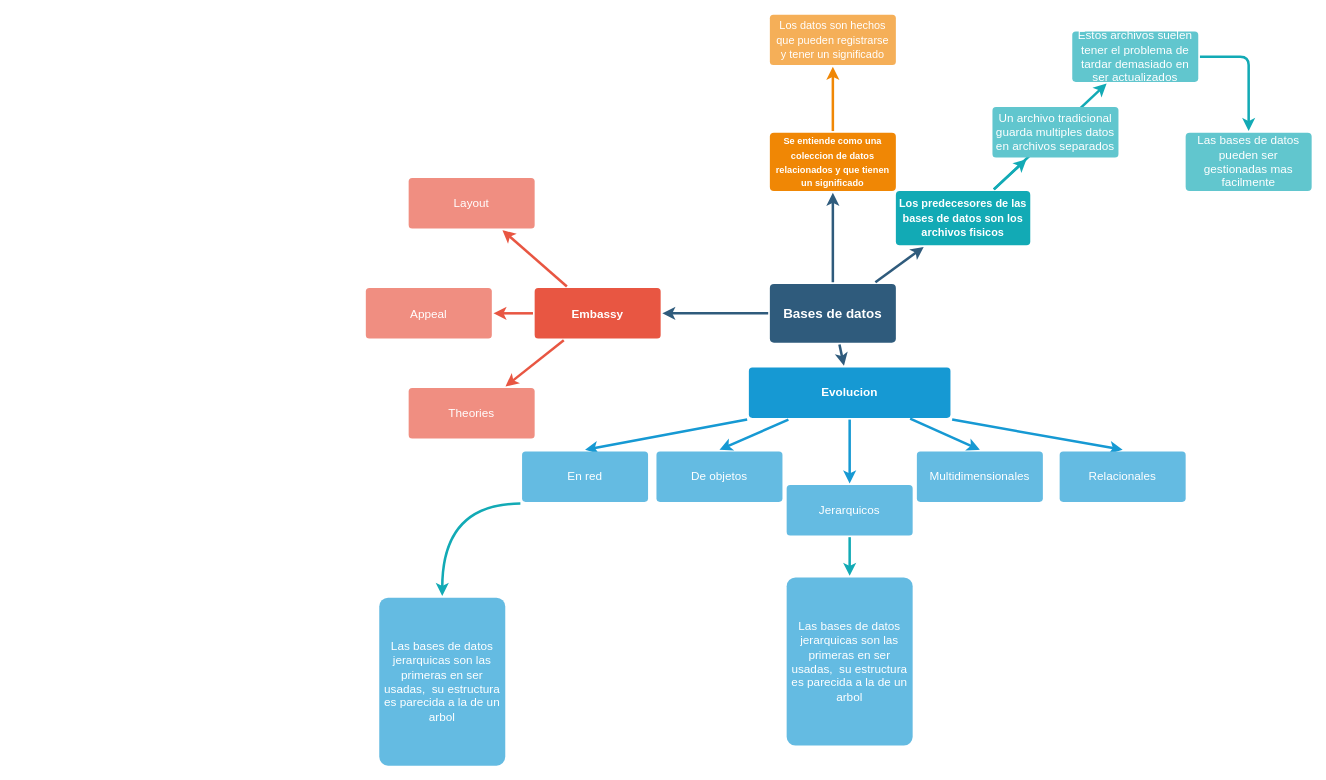
Before: bases de datos/Untitled Diagram.drawio in Krono159/bases-de-datos, a draw.io diagram. Source tidied: cells renumbered, new cells numbered last; positions are measured from the earlier drawing's top-left corner, leaving out a move shared by most shapes. Both pictures are drawn from the tidied source at 84%, with x=0, y=0 at pixel (365, 14).
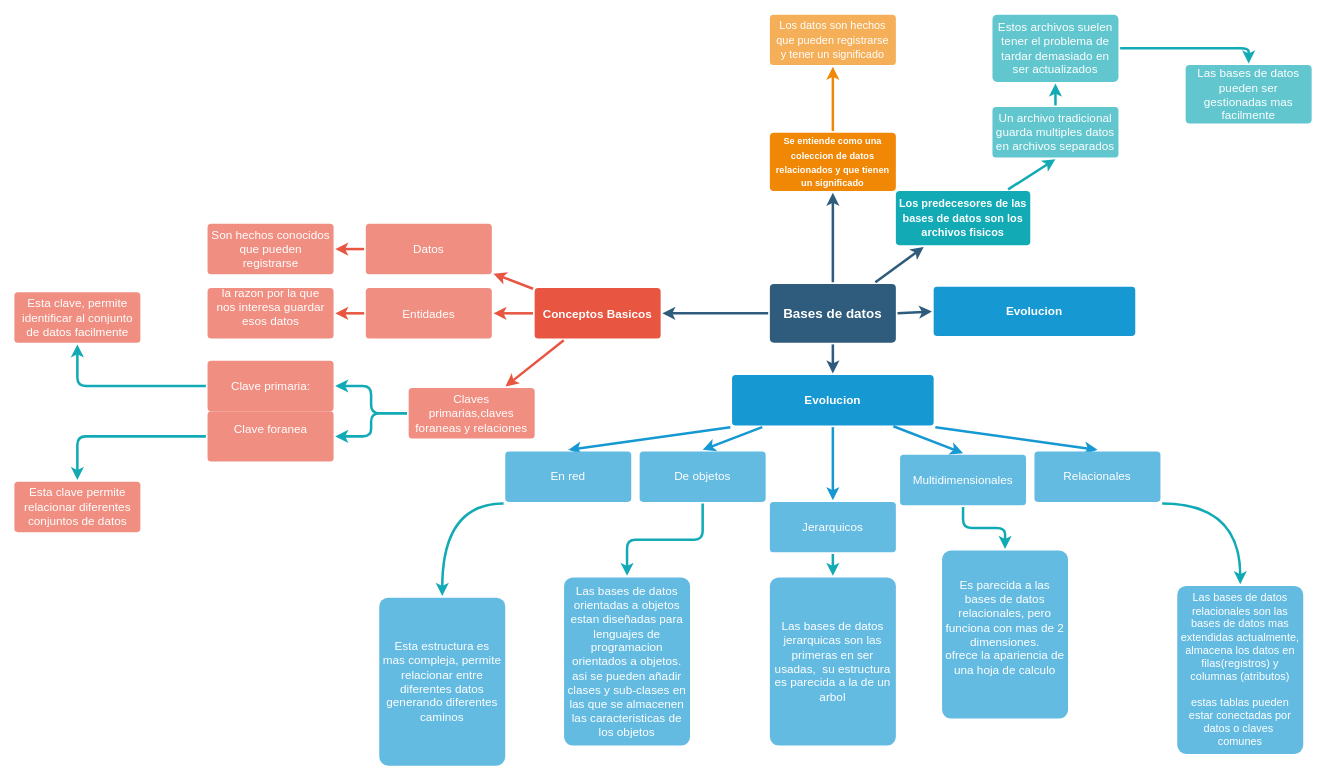
After the change.

Unchanged cells that the change refers to:
```xml
<mxCell id="6" value="Bases de datos" style="rounded=1;whiteSpace=wrap;html=1;shadow=0;labelBackgroundColor=none;strokeColor=none;strokeWidth=3;fillColor=#2F5B7C;fontFamily=Helvetica;fontSize=16;fontColor=#FFFFFF;align=center;fontStyle=1;spacing=5;arcSize=7;perimeterSpacing=2;" parent="1" vertex="1">
  <mxGeometry x="481" y="320.5" width="150" height="70" as="geometry" />
</mxCell>
<mxCell id="24" value="&lt;font style=&quot;font-size: 13px&quot;&gt;Los predecesores de las bases de datos son los archivos fisicos&lt;/font&gt;" style="rounded=1;whiteSpace=wrap;html=1;shadow=0;labelBackgroundColor=none;strokeColor=none;strokeWidth=3;fillColor=#12aab5;fontFamily=Helvetica;fontSize=14;fontColor=#FFFFFF;align=center;spacing=5;fontStyle=1;arcSize=7;perimeterSpacing=2;" parent="1" vertex="1">
  <mxGeometry x="631" y="210" width="160" height="64.5" as="geometry" />
</mxCell>
<mxCell id="29" value="Un archivo tradicional guarda multiples datos en archivos separados" style="rounded=1;whiteSpace=wrap;html=1;shadow=0;labelBackgroundColor=none;strokeColor=none;strokeWidth=3;fillColor=#61c6ce;fontFamily=Helvetica;fontSize=14;fontColor=#FFFFFF;align=center;spacing=5;fontStyle=0;arcSize=7;perimeterSpacing=2;" parent="1" vertex="1">
  <mxGeometry x="746" y="110" width="150" height="60" as="geometry" />
</mxCell>
```

What changed in the source:
```diff
@@
-    <mxCell id="10" value="Embassy" style="rounded=1;whiteSpace=wrap;html=1;shadow=0;labelBackgroundColor=none;strokeColor=none;strokeWidth=3;fillColor=#e85642;fontFamily=Helvetica;fontSize=14;fontColor=#FFFFFF;align=center;spacing=5;fontStyle=1;arcSize=7;perimeterSpacing=2;" parent="1" vertex="1">
+    <mxCell id="10" value="&lt;div&gt;Conceptos Basicos&lt;/div&gt;" style="rounded=1;whiteSpace=wrap;html=1;shadow=0;labelBackgroundColor=none;strokeColor=none;strokeWidth=3;fillColor=#e85642;fontFamily=Helvetica;fontSize=14;fontColor=#FFFFFF;align=center;spacing=5;fontStyle=1;arcSize=7;perimeterSpacing=2;" parent="1" vertex="1">
       <mxGeometry x="201" y="325.5" width="150" height="60" as="geometry" />
     </mxCell>
+    <mxCell id="39" style="edgeStyle=orthogonalEdgeStyle;rounded=1;jettySize=auto;html=1;fontSize=13;strokeColor=#12AAB5;strokeWidth=3;" parent="1" edge="1" source="11" target="53">
+      <mxGeometry relative="1" as="geometry" />
+    </mxCell>
+    <mxCell id="40" style="edgeStyle=orthogonalEdgeStyle;rounded=1;jettySize=auto;html=1;fontSize=13;strokeColor=#12AAB5;strokeWidth=3;" parent="1" edge="1" source="11" target="56">
+      <mxGeometry relative="1" as="geometry" />
+    </mxCell>
-    <mxCell id="11" value="Theories" style="rounded=1;whiteSpace=wrap;html=1;shadow=0;labelBackgroundColor=none;strokeColor=none;strokeWidth=3;fillColor=#f08e81;fontFamily=Helvetica;fontSize=14;fontColor=#FFFFFF;align=center;spacing=5;fontStyle=0;arcSize=7;perimeterSpacing=2;" parent="1" vertex="1">
+    <mxCell id="11" value="&lt;div&gt;Claves primarias,claves foraneas y relaciones&lt;/div&gt;" style="rounded=1;whiteSpace=wrap;html=1;shadow=0;labelBackgroundColor=none;strokeColor=none;strokeWidth=3;fillColor=#f08e81;fontFamily=Helvetica;fontSize=14;fontColor=#FFFFFF;align=center;spacing=5;fontStyle=0;arcSize=7;perimeterSpacing=2;" parent="1" vertex="1">
       <mxGeometry x="51" y="444.5" width="150" height="60" as="geometry" />
     </mxCell>
-    <mxCell id="12" value="Appeal" style="rounded=1;whiteSpace=wrap;html=1;shadow=0;labelBackgroundColor=none;strokeColor=none;strokeWidth=3;fillColor=#f08e81;fontFamily=Helvetica;fontSize=14;fontColor=#FFFFFF;align=center;spacing=5;fontStyle=0;arcSize=7;perimeterSpacing=2;" parent="1" vertex="1">
+    <mxCell id="12" value="Entidades" style="rounded=1;whiteSpace=wrap;html=1;shadow=0;labelBackgroundColor=none;strokeColor=none;strokeWidth=3;fillColor=#f08e81;fontFamily=Helvetica;fontSize=14;fontColor=#FFFFFF;align=center;spacing=5;fontStyle=0;arcSize=7;perimeterSpacing=2;" parent="1" vertex="1">
       <mxGeometry y="325.5" width="150" height="60" as="geometry" />
     </mxCell>
-    <mxCell id="13" value="Layout" style="rounded=1;whiteSpace=wrap;html=1;shadow=0;labelBackgroundColor=none;strokeColor=none;strokeWidth=3;fillColor=#f08e81;fontFamily=Helvetica;fontSize=14;fontColor=#FFFFFF;align=center;spacing=5;fontStyle=0;arcSize=7;perimeterSpacing=2;" parent="1" vertex="1">
-      <mxGeometry x="51" y="194.5" width="150" height="60" as="geometry" />
+    <mxCell id="13" value="Datos" style="rounded=1;whiteSpace=wrap;html=1;shadow=0;labelBackgroundColor=none;strokeColor=none;strokeWidth=3;fillColor=#f08e81;fontFamily=Helvetica;fontSize=14;fontColor=#FFFFFF;align=center;spacing=5;fontStyle=0;arcSize=7;perimeterSpacing=2;" parent="1" vertex="1">
+      <mxGeometry y="249" width="150" height="60" as="geometry" />
     </mxCell>
@@
     <mxCell id="17" value="Evolucion" style="rounded=1;whiteSpace=wrap;html=1;shadow=0;labelBackgroundColor=none;strokeColor=none;strokeWidth=3;fillColor=#1699d3;fontFamily=Helvetica;fontSize=14;fontColor=#FFFFFF;align=center;spacing=5;fontStyle=1;arcSize=7;perimeterSpacing=2;" parent="1" vertex="1">
-      <mxGeometry x="456" y="420" width="240" height="60" as="geometry" />
+      <mxGeometry x="436" y="429" width="240" height="60" as="geometry" />
     </mxCell>
     <mxCell id="18" value="Relacionales" style="rounded=1;whiteSpace=wrap;html=1;shadow=0;labelBackgroundColor=none;strokeColor=none;strokeWidth=3;fillColor=#64bbe2;fontFamily=Helvetica;fontSize=14;fontColor=#FFFFFF;align=center;spacing=5;arcSize=7;perimeterSpacing=2;" parent="1" vertex="1">
-      <mxGeometry x="826" y="520" width="150" height="60" as="geometry" />
+      <mxGeometry x="796" y="520" width="150" height="60" as="geometry" />
     </mxCell>
     <mxCell id="19" value="De objetos" style="rounded=1;whiteSpace=wrap;html=1;shadow=0;labelBackgroundColor=none;strokeColor=none;strokeWidth=3;fillColor=#64bbe2;fontFamily=Helvetica;fontSize=14;fontColor=#FFFFFF;align=center;spacing=5;arcSize=7;perimeterSpacing=2;" parent="1" vertex="1">
-      <mxGeometry x="346" y="520" width="150" height="60" as="geometry" />
+      <mxGeometry x="326" y="520" width="150" height="60" as="geometry" />
     </mxCell>
     <mxCell id="20" value="En red" style="rounded=1;whiteSpace=wrap;html=1;shadow=0;labelBackgroundColor=none;strokeColor=none;strokeWidth=3;fillColor=#64bbe2;fontFamily=Helvetica;fontSize=14;fontColor=#FFFFFF;align=center;spacing=5;arcSize=7;perimeterSpacing=2;" parent="1" vertex="1">
-      <mxGeometry x="186" y="520" width="150" height="60" as="geometry" />
+      <mxGeometry x="166" y="520" width="150" height="60" as="geometry" />
     </mxCell>
@@
     <mxCell id="25" value="Las bases de datos pueden ser gestionadas mas facilmente" style="rounded=1;whiteSpace=wrap;html=1;shadow=0;labelBackgroundColor=none;strokeColor=none;strokeWidth=3;fillColor=#61c6ce;fontFamily=Helvetica;fontSize=14;fontColor=#FFFFFF;align=center;spacing=5;fontStyle=0;arcSize=7;perimeterSpacing=2;" parent="1" vertex="1">
-      <mxGeometry x="976" y="140.5" width="150" height="69.5" as="geometry" />
+      <mxGeometry x="976" y="60" width="150" height="69.5" as="geometry" />
     </mxCell>
     <mxCell id="26" style="edgeStyle=orthogonalEdgeStyle;rounded=1;jettySize=auto;html=1;exitX=1;exitY=0.5;exitDx=0;exitDy=0;entryX=0.5;entryY=0;entryDx=0;entryDy=0;fontSize=13;strokeColor=#12AAB5;strokeWidth=3;" parent="1" edge="1" source="27" target="25">
       <mxGeometry relative="1" as="geometry">
         <Array as="points">
-          <mxPoint x="1051" y="50" />
+          <mxPoint x="1051" y="40" />
         </Array>
       </mxGeometry>
     </mxCell>
     <mxCell id="27" value="Estos archivos suelen tener el problema de tardar demasiado en ser actualizados" style="rounded=1;whiteSpace=wrap;html=1;shadow=0;labelBackgroundColor=none;strokeColor=none;strokeWidth=3;fillColor=#61c6ce;fontFamily=Helvetica;fontSize=14;fontColor=#FFFFFF;align=center;spacing=5;fontStyle=0;arcSize=7;perimeterSpacing=2;" parent="1" vertex="1">
-      <mxGeometry x="841" y="20" width="150" height="60" as="geometry" />
+      <mxGeometry x="746" width="150" height="80" as="geometry" />
     </mxCell>
-    <mxCell id="28" style="edgeStyle=none;rounded=1;jumpStyle=none;html=1;shadow=0;labelBackgroundColor=none;startArrow=none;startFill=0;jettySize=auto;strokeColor=#12AAB5;strokeWidth=3;fontFamily=Helvetica;fontSize=14;fontColor=#FFFFFF;spacing=5;fontStyle=1;fillColor=#b0e3e6;" parent="1" edge="1" source="24" target="27">
+    <mxCell id="28" style="edgeStyle=none;rounded=1;jumpStyle=none;html=1;shadow=0;labelBackgroundColor=none;startArrow=none;startFill=0;jettySize=auto;strokeColor=#12AAB5;strokeWidth=3;fontFamily=Helvetica;fontSize=14;fontColor=#FFFFFF;spacing=5;fontStyle=1;fillColor=#b0e3e6;exitX=0.5;exitY=0;exitDx=0;exitDy=0;" parent="1" edge="1" source="29" target="27">
       <mxGeometry relative="1" as="geometry" />
     </mxCell>
@@
-    <mxCell id="30" style="edgeStyle=none;rounded=1;jumpStyle=none;html=1;shadow=0;labelBackgroundColor=none;startArrow=none;startFill=0;jettySize=auto;strokeColor=#12AAB5;strokeWidth=3;fontFamily=Helvetica;fontSize=14;fontColor=#FFFFFF;spacing=5;fontStyle=1;fillColor=#b0e3e6;" parent="1" edge="1" source="24" target="29">
+    <mxCell id="30" style="edgeStyle=none;rounded=1;jumpStyle=none;html=1;shadow=0;labelBackgroundColor=none;startArrow=none;startFill=0;jettySize=auto;strokeColor=#12AAB5;strokeWidth=3;fontFamily=Helvetica;fontSize=14;fontColor=#FFFFFF;spacing=5;fontStyle=1;fillColor=#b0e3e6;entryX=0.5;entryY=1;entryDx=0;entryDy=0;" parent="1" edge="1" source="24" target="29">
       <mxGeometry relative="1" as="geometry" />
     </mxCell>
@@
     <mxCell id="32" value="Multidimensionales" style="rounded=1;whiteSpace=wrap;html=1;shadow=0;labelBackgroundColor=none;strokeColor=none;strokeWidth=3;fillColor=#64bbe2;fontFamily=Helvetica;fontSize=14;fontColor=#FFFFFF;align=center;spacing=5;arcSize=7;perimeterSpacing=2;" parent="1" vertex="1">
-      <mxGeometry x="656" y="520" width="150" height="60" as="geometry" />
+      <mxGeometry x="636" y="524" width="150" height="60" as="geometry" />
     </mxCell>
@@
     <mxCell id="35" value="Jerarquicos" style="rounded=1;whiteSpace=wrap;html=1;shadow=0;labelBackgroundColor=none;strokeColor=none;strokeWidth=3;fillColor=#64bbe2;fontFamily=Helvetica;fontSize=14;fontColor=#FFFFFF;align=center;spacing=5;arcSize=7;perimeterSpacing=2;" parent="1" vertex="1">
-      <mxGeometry x="501" y="560" width="150" height="60" as="geometry" />
+      <mxGeometry x="481" y="580" width="150" height="60" as="geometry" />
     </mxCell>
     <mxCell id="36" value="Las bases de datos jerarquicas son las primeras en ser usadas,&amp;nbsp; su estructura es parecida a la de un arbol" style="rounded=1;whiteSpace=wrap;html=1;shadow=0;labelBackgroundColor=none;strokeColor=none;strokeWidth=3;fillColor=#64bbe2;fontFamily=Helvetica;fontSize=14;fontColor=#FFFFFF;align=center;spacing=5;arcSize=7;perimeterSpacing=2;" parent="1" vertex="1">
-      <mxGeometry x="501" y="670" width="150" height="200" as="geometry" />
+      <mxGeometry x="481" y="670" width="150" height="200" as="geometry" />
     </mxCell>
@@
-    <mxCell id="38" value="Las bases de datos jerarquicas son las primeras en ser usadas,&amp;nbsp; su estructura es parecida a la de un arbol" style="rounded=1;whiteSpace=wrap;html=1;shadow=0;labelBackgroundColor=none;strokeColor=none;strokeWidth=3;fillColor=#64bbe2;fontFamily=Helvetica;fontSize=14;fontColor=#FFFFFF;align=center;spacing=5;arcSize=7;perimeterSpacing=2;" parent="1" vertex="1">
+    <mxCell id="38" value="Esta estructura es mas compleja, permite relacionar entre diferentes datos generando diferentes caminos" style="rounded=1;whiteSpace=wrap;html=1;shadow=0;labelBackgroundColor=none;strokeColor=none;strokeWidth=3;fillColor=#64bbe2;fontFamily=Helvetica;fontSize=14;fontColor=#FFFFFF;align=center;spacing=5;arcSize=7;perimeterSpacing=2;" parent="1" vertex="1">
       <mxGeometry x="16" y="694" width="150" height="200" as="geometry" />
     </mxCell>
+    <mxCell id="41" style="edgeStyle=orthogonalEdgeStyle;jettySize=auto;html=1;fontSize=13;strokeColor=#12AAB5;strokeWidth=3;exitX=1;exitY=1;exitDx=0;exitDy=0;curved=1;" parent="1" edge="1" source="18" target="42">
+      <mxGeometry relative="1" as="geometry" />
+    </mxCell>
+    <mxCell id="42" value="&lt;div style=&quot;font-size: 13px&quot;&gt;&lt;font style=&quot;font-size: 13px&quot;&gt;Las bases de datos relacionales son las bases de datos mas extendidas actualmente, almacena los datos en filas(registros) y columnas (atributos)&lt;/font&gt;&lt;/div&gt;&lt;div style=&quot;font-size: 13px&quot;&gt;&lt;font style=&quot;font-size: 13px&quot;&gt;&lt;br&gt;&lt;/font&gt;&lt;/div&gt;&lt;div style=&quot;font-size: 13px&quot;&gt;&lt;font style=&quot;font-size: 13px&quot;&gt;estas tablas pueden estar conectadas por datos o claves&amp;nbsp; comunes&lt;/font&gt;&lt;br&gt;&lt;/div&gt;" style="rounded=1;whiteSpace=wrap;html=1;shadow=0;labelBackgroundColor=none;strokeColor=none;strokeWidth=3;fillColor=#64bbe2;fontFamily=Helvetica;fontSize=14;fontColor=#FFFFFF;align=center;spacing=5;arcSize=7;perimeterSpacing=2;" parent="1" vertex="1">
+      <mxGeometry x="966" y="680" width="150" height="200" as="geometry" />
+    </mxCell>
+    <mxCell id="43" style="edgeStyle=orthogonalEdgeStyle;curved=1;jettySize=auto;html=1;entryX=1;entryY=1;entryDx=0;entryDy=0;fontSize=13;strokeColor=#12AAB5;strokeWidth=3;" parent="1" edge="1" target="18">
+      <mxGeometry relative="1" as="geometry">
+        <mxPoint x="948" y="582" as="sourcePoint" />
+      </mxGeometry>
+    </mxCell>
+    <mxCell id="44" style="edgeStyle=orthogonalEdgeStyle;rounded=1;jettySize=auto;html=1;fontSize=13;strokeColor=#12AAB5;strokeWidth=3;exitX=0.5;exitY=1;exitDx=0;exitDy=0;" parent="1" edge="1" source="32" target="45">
+      <mxGeometry relative="1" as="geometry" />
+    </mxCell>
+    <mxCell id="45" value="&lt;div&gt;Es parecida a las bases de datos relacionales, pero funciona con mas de 2 dimensiones. &lt;br&gt;&lt;/div&gt;&lt;div&gt;ofrece la apariencia de una hoja de calculo&lt;/div&gt;&lt;div&gt;&lt;br&gt;&lt;/div&gt;" style="rounded=1;whiteSpace=wrap;html=1;shadow=0;labelBackgroundColor=none;strokeColor=none;strokeWidth=3;fillColor=#64bbe2;fontFamily=Helvetica;fontSize=14;fontColor=#FFFFFF;align=center;spacing=5;arcSize=7;perimeterSpacing=2;" parent="1" vertex="1">
+      <mxGeometry x="686" y="638" width="150" height="200" as="geometry" />
+    </mxCell>
+    <mxCell id="46" style="edgeStyle=orthogonalEdgeStyle;rounded=1;jettySize=auto;html=1;fontSize=13;strokeColor=#12AAB5;strokeWidth=3;exitX=0.5;exitY=1;exitDx=0;exitDy=0;" parent="1" edge="1" source="19" target="47">
+      <mxGeometry relative="1" as="geometry" />
+    </mxCell>
+    <mxCell id="47" value="Las bases de datos orientadas a objetos estan diseñadas para lenguajes de programacion orientados a objetos. asi se pueden añadir clases y sub-clases en las que se almacenen las caracteristicas de los objetos" style="rounded=1;whiteSpace=wrap;html=1;shadow=0;labelBackgroundColor=none;strokeColor=none;strokeWidth=3;fillColor=#64bbe2;fontFamily=Helvetica;fontSize=14;fontColor=#FFFFFF;align=center;spacing=5;arcSize=7;perimeterSpacing=2;" parent="1" vertex="1">
+      <mxGeometry x="236" y="670" width="150" height="200" as="geometry" />
+    </mxCell>
+    <mxCell id="48" style="edgeStyle=none;rounded=1;jumpStyle=none;html=1;shadow=0;labelBackgroundColor=none;startArrow=none;startFill=0;jettySize=auto;strokeColor=#E85642;strokeWidth=3;fontFamily=Helvetica;fontSize=14;fontColor=#FFFFFF;spacing=5;fontStyle=1;fillColor=#b0e3e6;exitX=0;exitY=0.5;exitDx=0;exitDy=0;" parent="1" edge="1" source="13" target="49">
+      <mxGeometry relative="1" as="geometry" />
+    </mxCell>
+    <mxCell id="49" value="&lt;div&gt;Son hechos conocidos que pueden registrarse&lt;/div&gt;" style="rounded=1;whiteSpace=wrap;html=1;shadow=0;labelBackgroundColor=none;strokeColor=none;strokeWidth=3;fillColor=#f08e81;fontFamily=Helvetica;fontSize=14;fontColor=#FFFFFF;align=center;spacing=5;fontStyle=0;arcSize=7;perimeterSpacing=2;" parent="1" vertex="1">
+      <mxGeometry x="-188.4" y="249" width="150" height="60" as="geometry" />
+    </mxCell>
+    <mxCell id="50" style="edgeStyle=none;rounded=1;jumpStyle=none;html=1;shadow=0;labelBackgroundColor=none;startArrow=none;startFill=0;jettySize=auto;strokeColor=#E85642;strokeWidth=3;fontFamily=Helvetica;fontSize=14;fontColor=#FFFFFF;spacing=5;fontStyle=1;fillColor=#b0e3e6;exitX=0;exitY=0.5;exitDx=0;exitDy=0;" parent="1" edge="1" source="12" target="51">
+      <mxGeometry relative="1" as="geometry" />
+    </mxCell>
+    <mxCell id="51" value="&lt;div&gt;la razon por la que nos interesa guardar esos datos&lt;/div&gt;&lt;div&gt;&lt;br&gt;&lt;/div&gt;" style="rounded=1;whiteSpace=wrap;html=1;shadow=0;labelBackgroundColor=none;strokeColor=none;strokeWidth=3;fillColor=#f08e81;fontFamily=Helvetica;fontSize=14;fontColor=#FFFFFF;align=center;spacing=5;fontStyle=0;arcSize=7;perimeterSpacing=2;" parent="1" vertex="1">
+      <mxGeometry x="-188.4" y="325.5" width="150" height="60" as="geometry" />
+    </mxCell>
+    <mxCell id="52" style="edgeStyle=orthogonalEdgeStyle;rounded=1;jettySize=auto;html=1;fontSize=13;strokeColor=#12AAB5;strokeWidth=3;" parent="1" edge="1" source="53" target="54">
+      <mxGeometry relative="1" as="geometry" />
+    </mxCell>
+    <mxCell id="53" value="Clave primaria: " style="rounded=1;whiteSpace=wrap;html=1;shadow=0;labelBackgroundColor=none;strokeColor=none;strokeWidth=3;fillColor=#f08e81;fontFamily=Helvetica;fontSize=14;fontColor=#FFFFFF;align=center;spacing=5;fontStyle=0;arcSize=7;perimeterSpacing=2;" parent="1" vertex="1">
+      <mxGeometry x="-188.4" y="412" width="150" height="60" as="geometry" />
+    </mxCell>
+    <mxCell id="54" value="&lt;div&gt;Esta clave, permite identificar al conjunto de datos facilmente&lt;/div&gt;" style="rounded=1;whiteSpace=wrap;html=1;shadow=0;labelBackgroundColor=none;strokeColor=none;strokeWidth=3;fillColor=#f08e81;fontFamily=Helvetica;fontSize=14;fontColor=#FFFFFF;align=center;spacing=5;fontStyle=0;arcSize=7;perimeterSpacing=2;" parent="1" vertex="1">
+      <mxGeometry x="-418.4" y="330.5" width="150" height="60" as="geometry" />
+    </mxCell>
+    <mxCell id="55" style="edgeStyle=orthogonalEdgeStyle;rounded=1;jettySize=auto;html=1;fontSize=13;strokeColor=#12AAB5;strokeWidth=3;" parent="1" edge="1" source="56" target="57">
+      <mxGeometry relative="1" as="geometry" />
+    </mxCell>
+    <mxCell id="56" value="&lt;div&gt;Clave foranea&lt;/div&gt;&lt;div&gt;&lt;br&gt;&lt;/div&gt;" style="rounded=1;whiteSpace=wrap;html=1;shadow=0;labelBackgroundColor=none;strokeColor=none;strokeWidth=3;fillColor=#f08e81;fontFamily=Helvetica;fontSize=14;fontColor=#FFFFFF;align=center;spacing=5;fontStyle=0;arcSize=7;perimeterSpacing=2;" parent="1" vertex="1">
+      <mxGeometry x="-188.4" y="472" width="150" height="60" as="geometry" />
+    </mxCell>
+    <mxCell id="57" value="&lt;div&gt;Esta clave permite relacionar diferentes conjuntos de datos&lt;/div&gt;" style="rounded=1;whiteSpace=wrap;html=1;shadow=0;labelBackgroundColor=none;strokeColor=none;strokeWidth=3;fillColor=#f08e81;fontFamily=Helvetica;fontSize=14;fontColor=#FFFFFF;align=center;spacing=5;fontStyle=0;arcSize=7;perimeterSpacing=2;" parent="1" vertex="1">
+      <mxGeometry x="-418.4" y="556" width="150" height="60" as="geometry" />
+    </mxCell>
+    <mxCell id="58" style="edgeStyle=none;rounded=0;jumpStyle=none;html=1;shadow=0;labelBackgroundColor=none;startArrow=none;startFill=0;endArrow=classic;endFill=1;jettySize=auto;strokeColor=#2F5B7C;strokeWidth=3;fontFamily=Helvetica;fontSize=16;fontColor=#23445D;spacing=5;entryX=0;entryY=0.5;entryDx=0;entryDy=0;exitX=1;exitY=0.5;exitDx=0;exitDy=0;" parent="1" edge="1" source="6" target="59">
+      <mxGeometry relative="1" as="geometry" />
+    </mxCell>
+    <mxCell id="59" value="Evolucion" style="rounded=1;whiteSpace=wrap;html=1;shadow=0;labelBackgroundColor=none;strokeColor=none;strokeWidth=3;fillColor=#1699d3;fontFamily=Helvetica;fontSize=14;fontColor=#FFFFFF;align=center;spacing=5;fontStyle=1;arcSize=7;perimeterSpacing=2;" parent="1" vertex="1">
+      <mxGeometry x="676" y="324" width="240" height="58.5" as="geometry" />
+    </mxCell>
```
